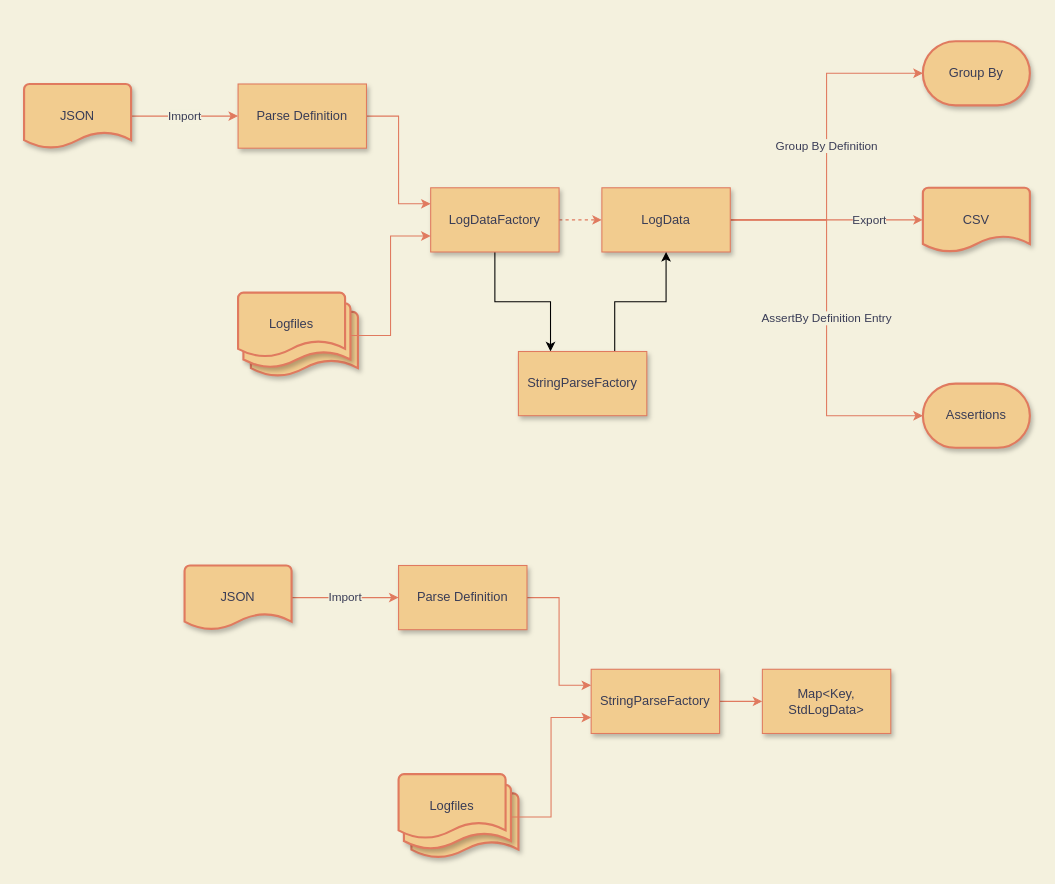
Before: page "Processes" (2 of 2) of diagrams/Log_Parser.drawio in adobe/log-parser, a draw.io diagram. Source tidied: cells renumbered, new cells numbered last; positions are measured from the earlier drawing's top-left corner, leaving out a move shared by most shapes. Both pictures are drawn from the tidied source at 107%, with x=0, y=0 at pixel (24, 41).
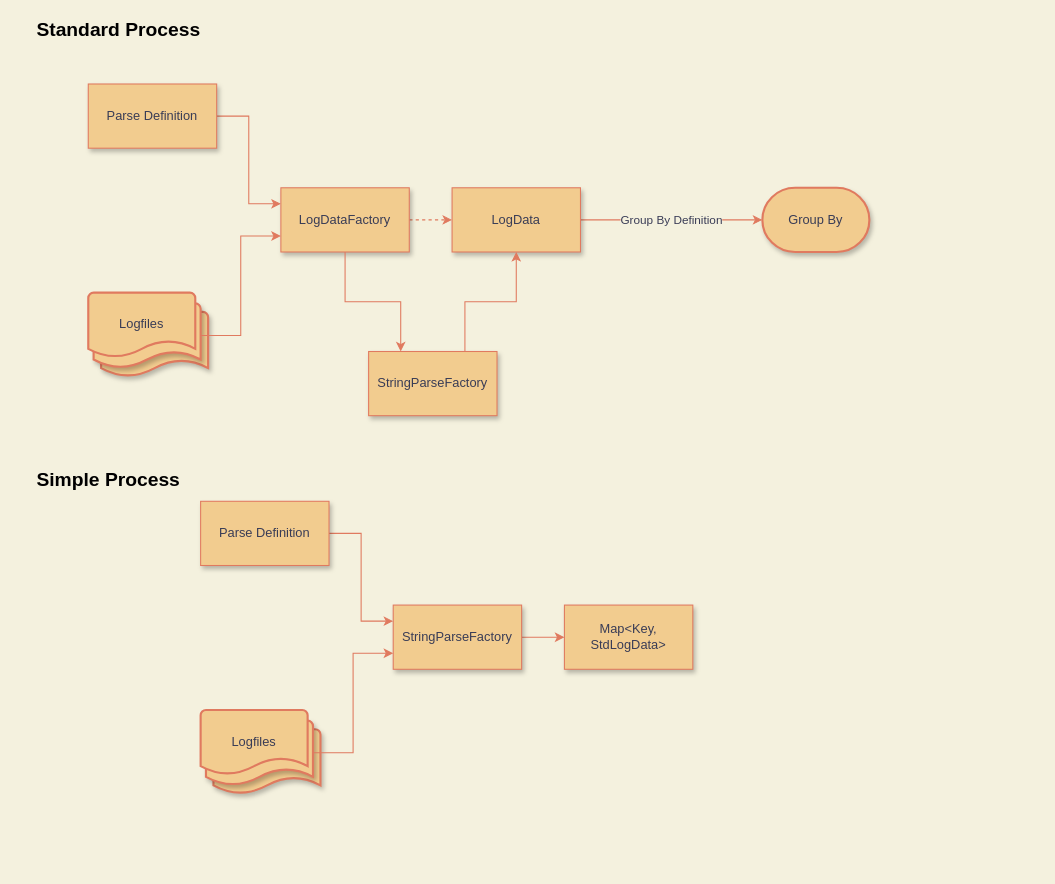
Above is the later version.

The edit, as a diff of the source:
```diff
@@
     <mxCell id="3" value="Parse Definition" style="rounded=0;whiteSpace=wrap;html=1;fillColor=#F2CC8F;strokeColor=#E07A5F;fontColor=#393C56;shadow=1;" parent="1" vertex="1">
-      <mxGeometry x="200" y="40" width="120" height="60" as="geometry" />
+      <mxGeometry x="60" y="40" width="120" height="60" as="geometry" />
     </mxCell>
     <mxCell id="4" style="group;fontColor=#393C56;" parent="1" vertex="1">
-      <mxGeometry x="200" y="235" width="112" height="78" as="geometry" />
+      <mxGeometry x="60" y="235" width="112" height="78" as="geometry" />
     </mxCell>
@@
-    <mxCell id="9" style="edgeStyle=orthogonalEdgeStyle;rounded=0;jettySize=auto;html=1;entryX=0.25;entryY=0;entryDx=0;entryDy=0;" parent="1" edge="1" source="10" target="36">
-      <mxGeometry relative="1" as="geometry" />
-    </mxCell>
     <mxCell id="10" value="LogDataFactory" style="rounded=0;whiteSpace=wrap;html=1;shadow=1;fillColor=#F2CC8F;strokeColor=#E07A5F;fontColor=#393C56;" parent="1" vertex="1">
-      <mxGeometry x="380" y="137" width="120" height="60" as="geometry" />
+      <mxGeometry x="240" y="137" width="120" height="60" as="geometry" />
     </mxCell>
@@
-    <mxCell id="12" value="AssertBy Definition Entry" style="edgeStyle=orthogonalEdgeStyle;rounded=0;jettySize=auto;html=1;exitX=1;exitY=0.5;exitDx=0;exitDy=0;entryX=0;entryY=0.5;entryDx=0;entryDy=0;entryPerimeter=0;strokeColor=#E07A5F;fontColor=#393C56;labelBackgroundColor=#F4F1DE;" parent="1" edge="1" source="20" target="16">
-      <mxGeometry relative="1" as="geometry" />
-    </mxCell>
     <mxCell id="13" style="edgeStyle=orthogonalEdgeStyle;rounded=0;orthogonalLoop=1;jettySize=auto;html=1;exitX=0.5;exitY=1;exitDx=0;exitDy=0;labelBackgroundColor=#F4F1DE;strokeColor=#E07A5F;fontColor=#393C56;" parent="1" edge="1">
       <mxGeometry relative="1" as="geometry">
-        <mxPoint x="620" y="202" as="sourcePoint" />
-        <mxPoint x="620" y="202" as="targetPoint" />
+        <mxPoint x="480" y="202" as="sourcePoint" />
+        <mxPoint x="480" y="202" as="targetPoint" />
       </mxGeometry>
     </mxCell>
     <mxCell id="14" value="Group By" style="strokeWidth=2;html=1;shape=mxgraph.flowchart.terminator;whiteSpace=wrap;shadow=1;strokeColor=#E07A5F;fontColor=#393C56;fillColor=#F2CC8F;" parent="1" vertex="1">
-      <mxGeometry x="840" width="100" height="60" as="geometry" />
+      <mxGeometry x="690" y="137" width="100" height="60" as="geometry" />
     </mxCell>
-    <mxCell id="15" value="CSV" style="strokeWidth=2;html=1;shape=mxgraph.flowchart.document2;whiteSpace=wrap;size=0.25;shadow=1;fontColor=#393C56;strokeColor=#E07A5F;fillColor=#F2CC8F;" parent="1" vertex="1">
-      <mxGeometry x="840" y="137" width="100" height="60" as="geometry" />
-    </mxCell>
-    <mxCell id="16" value="Assertions" style="strokeWidth=2;html=1;shape=mxgraph.flowchart.terminator;whiteSpace=wrap;shadow=1;strokeColor=#E07A5F;fontColor=#393C56;fillColor=#F2CC8F;" parent="1" vertex="1">
-      <mxGeometry x="840" y="320" width="100" height="60" as="geometry" />
-    </mxCell>
-    <mxCell id="17" value="Import" style="edgeStyle=orthogonalEdgeStyle;rounded=0;jettySize=auto;html=1;exitX=1;exitY=0.5;exitDx=0;exitDy=0;exitPerimeter=0;entryX=0;entryY=0.5;entryDx=0;entryDy=0;strokeColor=#E07A5F;fontColor=#393C56;labelBackgroundColor=#F4F1DE;" parent="1" edge="1" source="18" target="3">
-      <mxGeometry relative="1" as="geometry" />
-    </mxCell>
-    <mxCell id="18" value="JSON" style="strokeWidth=2;html=1;shape=mxgraph.flowchart.document2;whiteSpace=wrap;size=0.25;shadow=1;fontColor=#393C56;strokeColor=#E07A5F;fillColor=#F2CC8F;" parent="1" vertex="1">
-      <mxGeometry y="40" width="100" height="60" as="geometry" />
-    </mxCell>
-    <mxCell id="19" value="Export" style="edgeStyle=orthogonalEdgeStyle;rounded=0;jettySize=auto;html=1;exitX=1;exitY=0.5;exitDx=0;exitDy=0;entryX=0;entryY=0.5;entryDx=0;entryDy=0;entryPerimeter=0;strokeColor=#E07A5F;fontColor=#393C56;labelBackgroundColor=#F4F1DE;" parent="1" edge="1" source="20" target="15">
-      <mxGeometry x="0.44" relative="1" as="geometry" />
-    </mxCell>
     <mxCell id="20" value="LogData" style="rounded=0;whiteSpace=wrap;html=1;shadow=1;fillColor=#F2CC8F;strokeColor=#E07A5F;fontColor=#393C56;" parent="1" vertex="1">
-      <mxGeometry x="540" y="137" width="120" height="60" as="geometry" />
+      <mxGeometry x="400" y="137" width="120" height="60" as="geometry" />
     </mxCell>
@@
     <mxCell id="23" value="Parse Definition" style="rounded=0;whiteSpace=wrap;html=1;fillColor=#F2CC8F;strokeColor=#E07A5F;fontColor=#393C56;shadow=1;" parent="1" vertex="1">
-      <mxGeometry x="350" y="490" width="120" height="60" as="geometry" />
+      <mxGeometry x="165" y="430" width="120" height="60" as="geometry" />
     </mxCell>
     <mxCell id="24" style="group;fontColor=#393C56;" parent="1" vertex="1">
-      <mxGeometry x="350" y="685" width="112" height="78" as="geometry" />
+      <mxGeometry x="165" y="625" width="112" height="78" as="geometry" />
     </mxCell>
@@
     <mxCell id="29" value="StringParseFactory" style="rounded=0;whiteSpace=wrap;html=1;shadow=1;fillColor=#F2CC8F;strokeColor=#E07A5F;fontColor=#393C56;" parent="1" vertex="1">
-      <mxGeometry x="530" y="587" width="120" height="60" as="geometry" />
+      <mxGeometry x="345" y="527" width="120" height="60" as="geometry" />
     </mxCell>
     <mxCell id="30" style="edgeStyle=orthogonalEdgeStyle;rounded=0;orthogonalLoop=1;jettySize=auto;html=1;exitX=0.5;exitY=1;exitDx=0;exitDy=0;labelBackgroundColor=#F4F1DE;strokeColor=#E07A5F;fontColor=#393C56;" parent="1" edge="1">
       <mxGeometry relative="1" as="geometry">
-        <mxPoint x="770" y="652" as="sourcePoint" />
-        <mxPoint x="770" y="652" as="targetPoint" />
+        <mxPoint x="585" y="592" as="sourcePoint" />
+        <mxPoint x="585" y="592" as="targetPoint" />
       </mxGeometry>
     </mxCell>
-    <mxCell id="31" value="Import" style="edgeStyle=orthogonalEdgeStyle;rounded=0;jettySize=auto;html=1;exitX=1;exitY=0.5;exitDx=0;exitDy=0;exitPerimeter=0;entryX=0;entryY=0.5;entryDx=0;entryDy=0;strokeColor=#E07A5F;fontColor=#393C56;labelBackgroundColor=#F4F1DE;" parent="1" edge="1" source="32" target="23">
-      <mxGeometry relative="1" as="geometry" />
-    </mxCell>
-    <mxCell id="32" value="JSON" style="strokeWidth=2;html=1;shape=mxgraph.flowchart.document2;whiteSpace=wrap;size=0.25;shadow=1;fontColor=#393C56;strokeColor=#E07A5F;fillColor=#F2CC8F;" parent="1" vertex="1">
-      <mxGeometry x="150" y="490" width="100" height="60" as="geometry" />
-    </mxCell>
     <mxCell id="33" value="Map&amp;lt;Key, StdLogData&amp;gt;" style="rounded=0;whiteSpace=wrap;html=1;shadow=1;fillColor=#F2CC8F;strokeColor=#E07A5F;fontColor=#393C56;" parent="1" vertex="1">
-      <mxGeometry x="690" y="587" width="120" height="60" as="geometry" />
+      <mxGeometry x="505" y="527" width="120" height="60" as="geometry" />
     </mxCell>
@@
+    <mxCell id="36" value="StringParseFactory" style="rounded=0;whiteSpace=wrap;html=1;shadow=1;fillColor=#F2CC8F;strokeColor=#E07A5F;fontColor=#393C56;" parent="1" vertex="1">
+      <mxGeometry x="322" y="290" width="120" height="60" as="geometry" />
+    </mxCell>
+    <mxCell id="9" style="edgeStyle=orthogonalEdgeStyle;rounded=0;jettySize=auto;html=1;exitX=0.5;exitY=1;exitDx=0;exitDy=0;fontColor=#393C56;labelBackgroundColor=#F4F1DE;strokeColor=#E07A5F;entryX=0.25;entryY=0;entryDx=0;entryDy=0;" parent="1" edge="1" source="10" target="36">
+      <mxGeometry relative="1" as="geometry" />
+    </mxCell>
-    <mxCell id="35" style="edgeStyle=orthogonalEdgeStyle;rounded=0;jettySize=auto;html=1;exitX=0.75;exitY=0;exitDx=0;exitDy=0;entryX=0.5;entryY=1;entryDx=0;entryDy=0;" parent="1" edge="1" source="36" target="20">
+    <mxCell id="35" style="edgeStyle=orthogonalEdgeStyle;rounded=0;jettySize=auto;html=1;entryX=0.5;entryY=1;entryDx=0;entryDy=0;fontColor=#393C56;labelBackgroundColor=#F4F1DE;strokeColor=#E07A5F;exitX=0.75;exitY=0;exitDx=0;exitDy=0;" parent="1" edge="1" source="36" target="20">
       <mxGeometry relative="1" as="geometry" />
     </mxCell>
-    <mxCell id="36" value="StringParseFactory" style="rounded=0;whiteSpace=wrap;html=1;shadow=1;fillColor=#F2CC8F;strokeColor=#E07A5F;fontColor=#393C56;" parent="1" vertex="1">
-      <mxGeometry x="462" y="290" width="120" height="60" as="geometry" />
-    </mxCell>
+    <mxCell id="37" value="Simple Process" style="text;html=1;strokeColor=none;fillColor=none;align=left;verticalAlign=middle;whiteSpace=wrap;rounded=0;fontSize=18;fontStyle=1;" parent="1" vertex="1">
+      <mxGeometry x="10" y="400" width="220" height="20" as="geometry" />
+    </mxCell>
+    <mxCell id="38" value="Standard Process" style="text;html=1;strokeColor=none;fillColor=none;align=left;verticalAlign=middle;whiteSpace=wrap;rounded=0;fontSize=18;fontStyle=1;" parent="1" vertex="1">
+      <mxGeometry x="10" y="-20" width="220" height="20" as="geometry" />
+    </mxCell>
```
